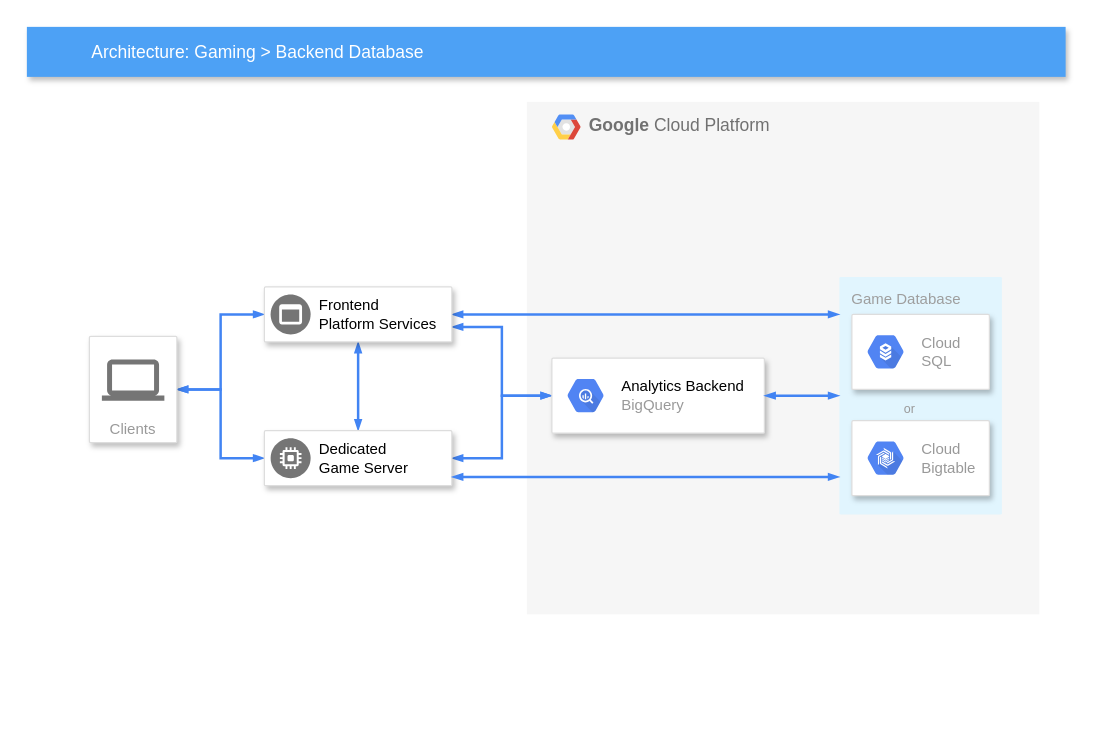
Earlier version of the draw.io diagram Untitled Diagram.drawio (ergun598/CloudTest). Source tidied: cells renumbered, new cells numbered last; positions are measured from the earlier drawing's top-left corner, leaving out a move shared by most shapes. Both pictures are drawn from the tidied source at 125%, with x=0, y=0 at pixel (26, 26).
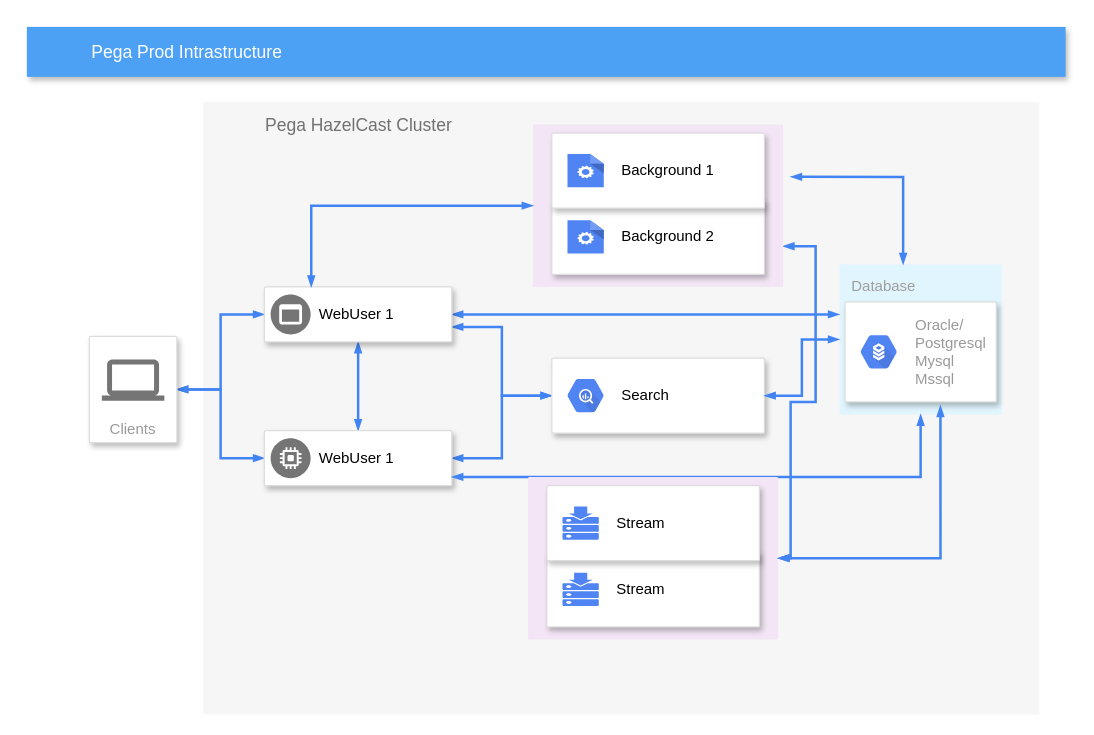
The same diagram, later.

Unchanged cells that the change refers to:
```xml
<mxCell id="13" style="strokeColor=#dddddd;fillColor=#ffffff;shadow=1;strokeWidth=1;rounded=1;absoluteArcSize=1;arcSize=2;fontSize=10;fontColor=#999999;align=left;html=1;" parent="1" vertex="1">
  <mxGeometry x="190" y="208" width="150" height="44" as="geometry" />
</mxCell>
<mxCell id="16" style="strokeColor=#dddddd;fillColor=#ffffff;shadow=1;strokeWidth=1;rounded=1;absoluteArcSize=1;arcSize=2;fontSize=10;fontColor=#999999;align=left;html=1;" parent="1" vertex="1">
  <mxGeometry x="190" y="323" width="150" height="44" as="geometry" />
</mxCell>
<mxCell id="18" style="strokeColor=#dddddd;fillColor=#ffffff;shadow=1;strokeWidth=1;rounded=1;absoluteArcSize=1;arcSize=2;fontSize=10;fontColor=#999999;align=left;html=1;" parent="1" vertex="1">
  <mxGeometry x="420" y="265" width="170" height="60" as="geometry" />
</mxCell>
```

Change to the diagram source:
```diff
@@
-    <mxCell id="2" value="&lt;b&gt;Google &lt;/b&gt;Cloud Platform" style="fillColor=#F6F6F6;strokeColor=none;shadow=0;gradientColor=none;fontSize=14;align=left;spacing=10;fontColor=#717171;9E9E9E;verticalAlign=top;spacingTop=-4;fontStyle=0;spacingLeft=40;html=1;" parent="1" vertex="1">
-      <mxGeometry x="400" y="60" width="410" height="410" as="geometry" />
+    <mxCell id="2" value="Pega HazelCast Cluster" style="fillColor=#F6F6F6;strokeColor=none;shadow=0;gradientColor=none;fontSize=14;align=left;spacing=10;fontColor=#717171;9E9E9E;verticalAlign=top;spacingTop=-4;fontStyle=0;spacingLeft=40;html=1;" parent="1" vertex="1">
+      <mxGeometry x="141" y="60" width="669" height="490" as="geometry" />
     </mxCell>
-    <mxCell id="3" style="shape=mxgraph.gcp2.google_cloud_platform;fillColor=#F6F6F6;strokeColor=none;shadow=0;gradientColor=none;" parent="2" vertex="1">
-      <mxGeometry width="23" height="20" relative="1" as="geometry">
-        <mxPoint x="20" y="10" as="offset" />
-      </mxGeometry>
-    </mxCell>
-    <mxCell id="4" value="Game Database" style="rounded=1;absoluteArcSize=1;arcSize=2;html=1;strokeColor=none;gradientColor=none;shadow=0;dashed=0;strokeColor=none;fontSize=12;fontColor=#9E9E9E;align=left;verticalAlign=top;spacing=10;spacingTop=-4;fillColor=#E1F5FE;" parent="1" vertex="1">
-      <mxGeometry x="650" y="200" width="130" height="190" as="geometry" />
+    <mxCell id="4" value="Database" style="rounded=1;absoluteArcSize=1;arcSize=2;html=1;strokeColor=none;gradientColor=none;shadow=0;dashed=0;strokeColor=none;fontSize=12;fontColor=#9E9E9E;align=left;verticalAlign=top;spacing=10;spacingTop=-4;fillColor=#E1F5FE;" parent="1" vertex="1">
+      <mxGeometry x="650" y="190" width="130" height="120" as="geometry" />
     </mxCell>
-    <mxCell id="5" value="Architecture: Gaming &amp;gt; Backend Database" style="fillColor=#4DA1F5;strokeColor=none;shadow=1;gradientColor=none;fontSize=14;align=left;spacingLeft=50;fontColor=#ffffff;html=1;" parent="1" vertex="1">
+    <mxCell id="5" value="Pega Prod Intrastructure" style="fillColor=#4DA1F5;strokeColor=none;shadow=1;gradientColor=none;fontSize=14;align=left;spacingLeft=50;fontColor=#ffffff;html=1;" parent="1" vertex="1">
       <mxGeometry width="831" height="40" as="geometry" />
     </mxCell>
@@
-    <mxCell id="14" value="Frontend&#10;Platform Services" style="dashed=0;html=1;fillColor=#757575;strokeColor=none;shape=mxgraph.gcp2.frontend_platform_services;labelPosition=right;verticalLabelPosition=middle;align=left;verticalAlign=middle;spacingLeft=5;fontColor=#000000;fontSize=12;" parent="13" vertex="1">
+    <mxCell id="14" value="WebUser 1" style="dashed=0;html=1;fillColor=#757575;strokeColor=none;shape=mxgraph.gcp2.frontend_platform_services;labelPosition=right;verticalLabelPosition=middle;align=left;verticalAlign=middle;spacingLeft=5;fontColor=#000000;fontSize=12;" parent="13" vertex="1">
       <mxGeometry y="0.5" width="32" height="32" relative="1" as="geometry">
         <mxPoint x="5" y="-16" as="offset" />
       </mxGeometry>
     </mxCell>
@@
-    <mxCell id="17" value="Dedicated&#10;Game Server" style="dashed=0;html=1;fillColor=#757575;strokeColor=none;shape=mxgraph.gcp2.dedicated_game_server;labelPosition=right;verticalLabelPosition=middle;align=left;verticalAlign=middle;spacingLeft=5;fontColor=#000000;fontSize=12;" parent="16" vertex="1">
+    <mxCell id="17" value="WebUser 1" style="dashed=0;html=1;fillColor=#757575;strokeColor=none;shape=mxgraph.gcp2.dedicated_game_server;labelPosition=right;verticalLabelPosition=middle;align=left;verticalAlign=middle;spacingLeft=5;fontColor=#000000;fontSize=12;" parent="16" vertex="1">
       <mxGeometry y="0.5" width="32" height="32" relative="1" as="geometry">
         <mxPoint x="5" y="-16" as="offset" />
       </mxGeometry>
     </mxCell>
@@
-    <mxCell id="19" value="&lt;font color=&quot;#000000&quot;&gt;Analytics Backend&lt;/font&gt;&lt;br&gt;BigQuery" style="dashed=0;html=1;fillColor=#5184F3;strokeColor=none;shape=mxgraph.gcp2.hexIcon;prIcon=bigquery;labelPosition=right;verticalLabelPosition=middle;align=left;verticalAlign=middle;spacingLeft=5;fontColor=#999999;fontSize=12;" parent="18" vertex="1">
+    <mxCell id="19" value="&lt;font color=&quot;#000000&quot;&gt;Search&amp;nbsp;&lt;/font&gt;" style="dashed=0;html=1;fillColor=#5184F3;strokeColor=none;shape=mxgraph.gcp2.hexIcon;prIcon=bigquery;labelPosition=right;verticalLabelPosition=middle;align=left;verticalAlign=middle;spacingLeft=5;fontColor=#999999;fontSize=12;" parent="18" vertex="1">
       <mxGeometry y="0.5" width="44" height="39" relative="1" as="geometry">
         <mxPoint x="5" y="-19.5" as="offset" />
       </mxGeometry>
     </mxCell>
     <mxCell id="20" style="strokeColor=#dddddd;fillColor=#ffffff;shadow=1;strokeWidth=1;rounded=1;absoluteArcSize=1;arcSize=2;fontSize=10;fontColor=#999999;align=left;html=1;" parent="1" vertex="1">
-      <mxGeometry x="660" y="230" width="110" height="60" as="geometry" />
+      <mxGeometry x="654.5" y="220" width="121" height="80" as="geometry" />
     </mxCell>
-    <mxCell id="21" value="Cloud&#10;SQL" style="dashed=0;html=1;fillColor=#5184F3;strokeColor=none;shape=mxgraph.gcp2.hexIcon;prIcon=cloud_sql;labelPosition=right;verticalLabelPosition=middle;align=left;verticalAlign=middle;spacingLeft=5;fontColor=#999999;fontSize=12;" parent="20" vertex="1">
+    <mxCell id="21" value="Oracle/&lt;br&gt;Postgresql&lt;br&gt;Mysql&lt;br&gt;Mssql" style="dashed=0;html=1;fillColor=#5184F3;strokeColor=none;shape=mxgraph.gcp2.hexIcon;prIcon=cloud_sql;labelPosition=right;verticalLabelPosition=middle;align=left;verticalAlign=middle;spacingLeft=5;fontColor=#999999;fontSize=12;" parent="20" vertex="1">
       <mxGeometry y="0.5" width="44" height="39" relative="1" as="geometry">
         <mxPoint x="5" y="-19.5" as="offset" />
       </mxGeometry>
     </mxCell>
-    <mxCell id="22" style="strokeColor=#dddddd;fillColor=#ffffff;shadow=1;strokeWidth=1;rounded=1;absoluteArcSize=1;arcSize=2;fontSize=10;fontColor=#999999;align=left;html=1;" parent="1" vertex="1">
-      <mxGeometry x="660" y="315" width="110" height="60" as="geometry" />
-    </mxCell>
-    <mxCell id="23" value="Cloud&#10;Bigtable" style="dashed=0;html=1;fillColor=#5184F3;strokeColor=none;shape=mxgraph.gcp2.hexIcon;prIcon=cloud_bigtable;labelPosition=right;verticalLabelPosition=middle;align=left;verticalAlign=middle;spacingLeft=5;fontColor=#999999;fontSize=12;" parent="22" vertex="1">
-      <mxGeometry y="0.5" width="44" height="39" relative="1" as="geometry">
-        <mxPoint x="5" y="-19.5" as="offset" />
-      </mxGeometry>
-    </mxCell>
@@
-    <mxCell id="26" value="or" style="text;html=1;align=left;verticalAlign=top;spacingTop=-4;fontSize=10;fontColor=#999999;" parent="1" vertex="1">
-      <mxGeometry x="700" y="297" width="20" height="10" as="geometry" />
-    </mxCell>
+    <mxCell id="27" style="sketch=0;points=[[0,0,0],[0.25,0,0],[0.5,0,0],[0.75,0,0],[1,0,0],[1,0.25,0],[1,0.5,0],[1,0.75,0],[1,1,0],[0.75,1,0],[0.5,1,0],[0.25,1,0],[0,1,0],[0,0.75,0],[0,0.5,0],[0,0.25,0]];rounded=1;absoluteArcSize=1;arcSize=2;html=1;strokeColor=none;gradientColor=none;shadow=0;dashed=0;fontSize=12;fontColor=#9E9E9E;align=left;verticalAlign=top;spacing=10;spacingTop=-4;whiteSpace=wrap;fillColor=#F3E5F5;" parent="1" vertex="1">
+      <mxGeometry x="401" y="360" width="200" height="130" as="geometry" />
+    </mxCell>
+    <mxCell id="28" style="strokeColor=#dddddd;fillColor=#ffffff;shadow=1;strokeWidth=1;rounded=1;absoluteArcSize=1;arcSize=2;fontSize=10;fontColor=#999999;align=left;html=1;" parent="1" vertex="1">
+      <mxGeometry x="416" y="420" width="170" height="60" as="geometry" />
+    </mxCell>
+    <mxCell id="29" value="&lt;font color=&quot;#000000&quot;&gt;Stream&lt;/font&gt;" style="dashed=0;html=1;fillColor=#5184F3;strokeColor=none;shape=mxgraph.gcp2.hexIcon;prIcon=repository;labelPosition=right;verticalLabelPosition=middle;align=left;verticalAlign=middle;spacingLeft=5;fontColor=#999999;fontSize=12;" parent="28" vertex="1">
+      <mxGeometry y="0.5" width="44" height="39" relative="1" as="geometry">
+        <mxPoint x="5" y="-19.5" as="offset" />
+      </mxGeometry>
+    </mxCell>
+    <mxCell id="30" style="strokeColor=#dddddd;fillColor=#ffffff;shadow=1;strokeWidth=1;rounded=1;absoluteArcSize=1;arcSize=2;fontSize=10;fontColor=#999999;align=left;html=1;" parent="1" vertex="1">
+      <mxGeometry x="416" y="367" width="170" height="60" as="geometry" />
+    </mxCell>
+    <mxCell id="31" value="&lt;font color=&quot;#000000&quot;&gt;Stream&lt;/font&gt;" style="dashed=0;html=1;fillColor=#5184F3;strokeColor=none;shape=mxgraph.gcp2.hexIcon;prIcon=repository;labelPosition=right;verticalLabelPosition=middle;align=left;verticalAlign=middle;spacingLeft=5;fontColor=#999999;fontSize=12;" parent="30" vertex="1">
+      <mxGeometry y="0.5" width="44" height="39" relative="1" as="geometry">
+        <mxPoint x="5" y="-19.5" as="offset" />
+      </mxGeometry>
+    </mxCell>
+    <mxCell id="32" style="edgeStyle=orthogonalEdgeStyle;rounded=0;html=1;labelBackgroundColor=none;startArrow=blockThin;startFill=1;endArrow=blockThin;endFill=1;jettySize=auto;strokeColor=#4284F3;strokeWidth=2;fontSize=10;fontColor=#999999;align=center;dashed=0;endSize=4;startSize=4;entryX=0.631;entryY=1.038;entryDx=0;entryDy=0;entryPerimeter=0;exitX=1;exitY=0.5;exitDx=0;exitDy=0;exitPerimeter=0;" parent="1" edge="1" source="27" target="20">
+      <mxGeometry relative="1" as="geometry" />
+    </mxCell>
+    <mxCell id="33" style="edgeStyle=orthogonalEdgeStyle;rounded=0;html=1;labelBackgroundColor=none;startArrow=blockThin;startFill=1;endArrow=blockThin;endFill=1;jettySize=auto;strokeColor=#4284F3;strokeWidth=2;fontSize=10;fontColor=#999999;align=center;dashed=0;endSize=4;startSize=4;exitX=1;exitY=0.75;exitDx=0;exitDy=0;exitPerimeter=0;" parent="1" edge="1" source="34" target="27">
+      <mxGeometry relative="1" as="geometry">
+        <Array as="points">
+          <mxPoint x="631" y="176" />
+          <mxPoint x="631" y="300" />
+          <mxPoint x="611" y="300" />
+          <mxPoint x="611" y="425" />
+        </Array>
+      </mxGeometry>
+    </mxCell>
+    <mxCell id="34" style="sketch=0;points=[[0,0,0],[0.25,0,0],[0.5,0,0],[0.75,0,0],[1,0,0],[1,0.25,0],[1,0.5,0],[1,0.75,0],[1,1,0],[0.75,1,0],[0.5,1,0],[0.25,1,0],[0,1,0],[0,0.75,0],[0,0.5,0],[0,0.25,0]];rounded=1;absoluteArcSize=1;arcSize=2;html=1;strokeColor=none;gradientColor=none;shadow=0;dashed=0;fontSize=12;fontColor=#9E9E9E;align=left;verticalAlign=top;spacing=10;spacingTop=-4;whiteSpace=wrap;fillColor=#F3E5F5;" parent="1" vertex="1">
+      <mxGeometry x="405" y="78" width="200" height="130" as="geometry" />
+    </mxCell>
+    <mxCell id="35" style="strokeColor=#dddddd;fillColor=#ffffff;shadow=1;strokeWidth=1;rounded=1;absoluteArcSize=1;arcSize=2;fontSize=10;fontColor=#999999;align=left;html=1;" parent="1" vertex="1">
+      <mxGeometry x="420" y="138" width="170" height="60" as="geometry" />
+    </mxCell>
+    <mxCell id="36" value="&lt;font color=&quot;#000000&quot;&gt;Background 2&lt;/font&gt;" style="dashed=0;html=1;fillColor=#5184F3;strokeColor=none;shape=mxgraph.gcp2.hexIcon;prIcon=process;labelPosition=right;verticalLabelPosition=middle;align=left;verticalAlign=middle;spacingLeft=5;fontColor=#999999;fontSize=12;" parent="35" vertex="1">
+      <mxGeometry y="0.5" width="44" height="39" relative="1" as="geometry">
+        <mxPoint x="5" y="-19.5" as="offset" />
+      </mxGeometry>
+    </mxCell>
+    <mxCell id="37" style="strokeColor=#dddddd;fillColor=#ffffff;shadow=1;strokeWidth=1;rounded=1;absoluteArcSize=1;arcSize=2;fontSize=10;fontColor=#999999;align=left;html=1;" parent="1" vertex="1">
+      <mxGeometry x="420" y="85" width="170" height="60" as="geometry" />
+    </mxCell>
+    <mxCell id="38" value="&lt;font color=&quot;#000000&quot;&gt;Background 1&lt;/font&gt;" style="dashed=0;html=1;fillColor=#5184F3;strokeColor=none;shape=mxgraph.gcp2.hexIcon;prIcon=process;labelPosition=right;verticalLabelPosition=middle;align=left;verticalAlign=middle;spacingLeft=5;fontColor=#999999;fontSize=12;" parent="37" vertex="1">
+      <mxGeometry y="0.5" width="44" height="39" relative="1" as="geometry">
+        <mxPoint x="5" y="-19.5" as="offset" />
+      </mxGeometry>
+    </mxCell>
+    <mxCell id="39" style="edgeStyle=orthogonalEdgeStyle;rounded=0;html=1;labelBackgroundColor=none;startArrow=blockThin;startFill=1;endArrow=blockThin;endFill=1;jettySize=auto;strokeColor=#4284F3;strokeWidth=2;fontSize=10;fontColor=#999999;align=center;dashed=0;endSize=4;startSize=4;entryX=1.03;entryY=0.323;entryDx=0;entryDy=0;entryPerimeter=0;" parent="1" edge="1" source="4" target="34">
+      <mxGeometry relative="1" as="geometry">
+        <Array as="points">
+          <mxPoint x="701" y="120" />
+        </Array>
+      </mxGeometry>
+    </mxCell>
+    <mxCell id="40" style="edgeStyle=orthogonalEdgeStyle;rounded=0;html=1;labelBackgroundColor=none;startArrow=blockThin;startFill=1;endArrow=blockThin;endFill=1;jettySize=auto;strokeColor=#4284F3;strokeWidth=2;fontSize=10;fontColor=#999999;align=center;dashed=0;endSize=4;startSize=4;entryX=0.25;entryY=0;entryDx=0;entryDy=0;" parent="1" edge="1" source="34" target="13">
+      <mxGeometry relative="1" as="geometry" />
+    </mxCell>
```
